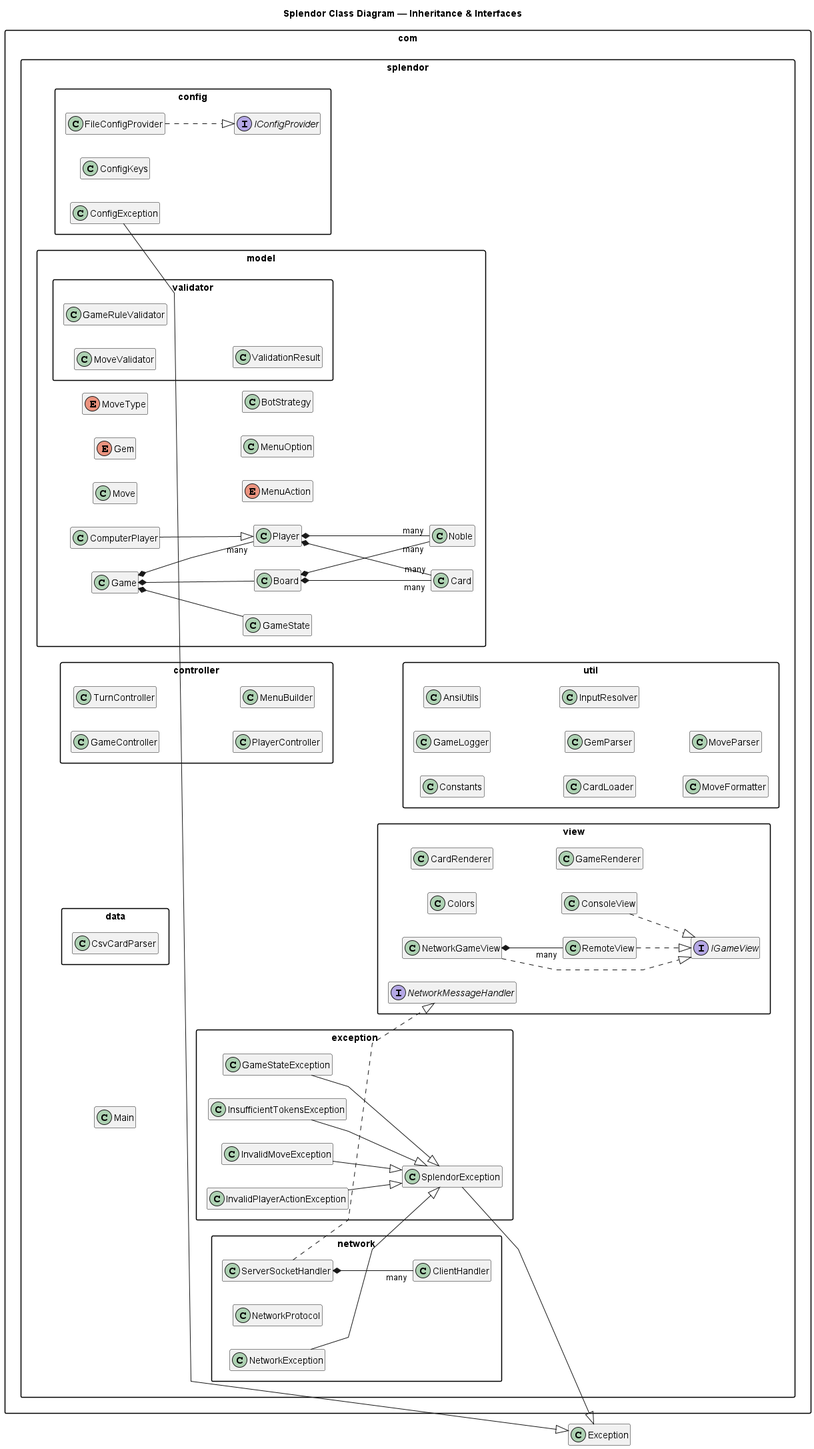
Before: docs/diagrams/auto_generated/splendor_inheritance.png, a diagram exported from PlantUML (bryanseah234/playsplendor).
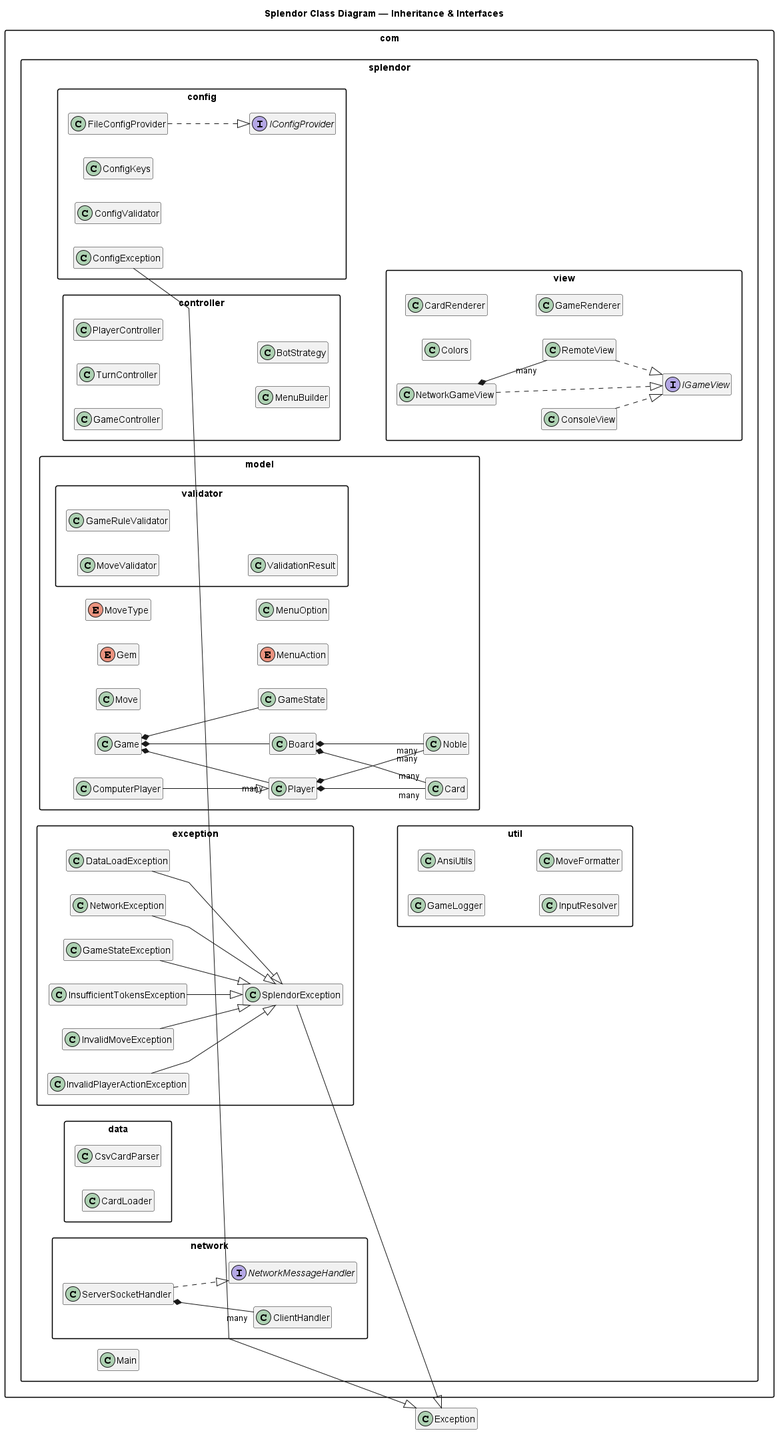
After the commit.

Diff of the diagram source:
```diff
@@ -19,11 +19,14 @@
   interface IConfigProvider
   class FileConfigProvider
   class ConfigKeys
+  class ConfigValidator
   class ConfigException
 }
 
 package "com.splendor.exception" {
   class SplendorException
+  class DataLoadException
+  class NetworkException
   class GameStateException
   class InsufficientTokensException
   class InvalidMoveException
@@ -35,6 +38,7 @@
   class TurnController
   class PlayerController
   class MenuBuilder
+  class BotStrategy
 }
 
 package "com.splendor.model" {
@@ -50,11 +54,11 @@
   enum MoveType
   enum MenuAction
   class MenuOption
-  class BotStrategy
 }
 
 package "com.splendor.data" {
   class CsvCardParser
+  class CardLoader
 }
 
 package "com.splendor.model.validator" {
@@ -70,38 +74,33 @@
   class ConsoleView
   class NetworkGameView
   class RemoteView
-  interface NetworkMessageHandler
   class GameRenderer
 }
 
 package "com.splendor.network" {
   class ServerSocketHandler
   class ClientHandler
-  class NetworkProtocol
-  class NetworkException
+  interface NetworkMessageHandler
 }
 
 package "com.splendor.util" {
-  class Constants
   class GameLogger
   class AnsiUtils
-  class CardLoader
-  class GemParser
   class InputResolver
   class MoveFormatter
-  class MoveParser
 }
 
 FileConfigProvider ..|> IConfigProvider
 ConfigException --|> Exception
 
 SplendorException --|> Exception
+DataLoadException --|> SplendorException
+NetworkException --|> SplendorException
 GameStateException --|> SplendorException
 InsufficientTokensException --|> SplendorException
 InvalidMoveException --|> SplendorException
 InvalidPlayerActionException --|> SplendorException
 
-NetworkException --|> SplendorException
 ServerSocketHandler ..|> NetworkMessageHandler
 ServerSocketHandler *-- "many" ClientHandler
 
```
